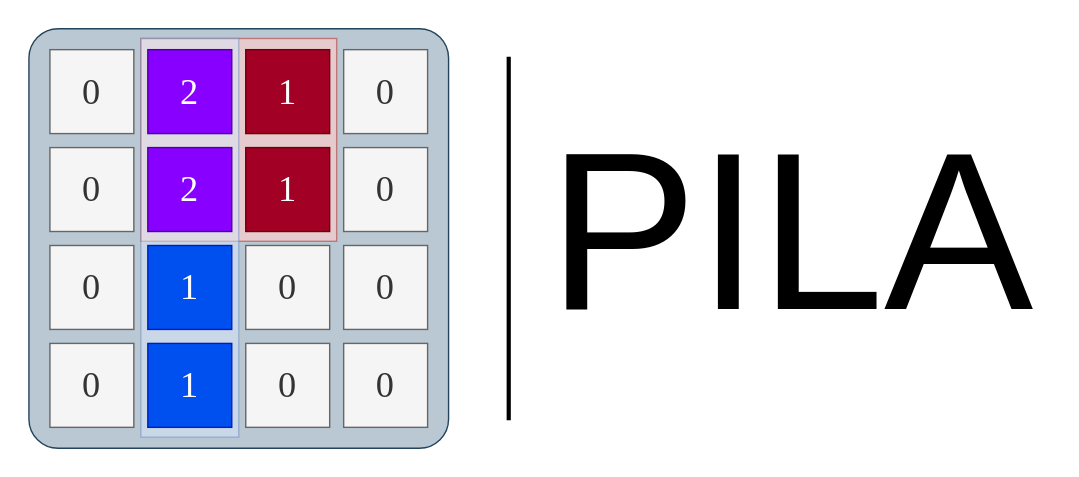
Above: .drawio/app-icon.svg in FOehlschlaeger/pila (draw.io), before the change. Source tidied: cells renumbered, new cells last; positions are measured from the earlier drawing's top-left corner, leaving out a move shared by most shapes. The source it was exported from:
```xml
<mxGraphModel>
  <root>
    <mxCell id="0" />
    <mxCell id="1" parent="0" />
    <mxCell id="2" style="rounded=0;whiteSpace=wrap;html=1;fontSize=60;strokeColor=none;" parent="1" vertex="1">
      <mxGeometry width="770" height="340" as="geometry" />
    </mxCell>
    <mxCell id="3" style="rounded=1;whiteSpace=wrap;html=1;arcSize=7;fillColor=#bac8d3;strokeColor=#23445d;" parent="1" vertex="1">
      <mxGeometry x="20" y="20" width="300" height="300" as="geometry" />
    </mxCell>
    <mxCell id="4" style="rounded=0;whiteSpace=wrap;html=1;strokeColor=#b85450;fontFamily=Verdana;fontSize=26;fillColor=#f8cecc;opacity=70;" parent="1" vertex="1">
      <mxGeometry x="100" y="27" width="140" height="145" as="geometry" />
    </mxCell>
    <mxCell id="5" style="rounded=0;whiteSpace=wrap;html=1;strokeColor=#6c8ebf;fontFamily=Verdana;fontSize=26;fillColor=#dae8fc;opacity=50;" parent="1" vertex="1">
      <mxGeometry x="100" y="27" width="70" height="285" as="geometry" />
    </mxCell>
    <mxCell id="6" value="Fields" parent="0" />
    <mxCell id="7" value="&lt;font face=&quot;Verdana&quot; style=&quot;font-size: 26px;&quot;&gt;0&lt;/font&gt;" style="whiteSpace=wrap;html=1;fillColor=#f5f5f5;strokeColor=#666666;fontColor=#333333;" parent="6" vertex="1">
      <mxGeometry x="35" y="35" width="60" height="60" as="geometry" />
    </mxCell>
    <mxCell id="8" value="&lt;font face=&quot;Verdana&quot; style=&quot;font-size: 26px;&quot;&gt;0&lt;/font&gt;" style="whiteSpace=wrap;html=1;fillColor=#f5f5f5;strokeColor=#666666;fontColor=#333333;" parent="6" vertex="1">
      <mxGeometry x="35" y="105" width="60" height="60" as="geometry" />
    </mxCell>
    <mxCell id="9" value="&lt;font style=&quot;font-size: 26px;&quot; face=&quot;Verdana&quot;&gt;0&lt;/font&gt;" style="whiteSpace=wrap;html=1;fillColor=#f5f5f5;strokeColor=#666666;fontColor=#333333;" parent="6" vertex="1">
      <mxGeometry x="35" y="175" width="60" height="60" as="geometry" />
    </mxCell>
    <mxCell id="10" value="&lt;font style=&quot;font-size: 26px;&quot; face=&quot;Verdana&quot;&gt;0&lt;/font&gt;" style="whiteSpace=wrap;html=1;fillColor=#f5f5f5;strokeColor=#666666;fontColor=#333333;" parent="6" vertex="1">
      <mxGeometry x="35" y="245" width="60" height="60" as="geometry" />
    </mxCell>
    <mxCell id="11" value="&lt;font face=&quot;Verdana&quot; style=&quot;font-size: 26px;&quot;&gt;1&lt;/font&gt;" style="whiteSpace=wrap;html=1;fillColor=#0050ef;strokeColor=#001DBC;fontColor=#ffffff;" parent="6" vertex="1">
      <mxGeometry x="105" y="245" width="60" height="60" as="geometry" />
    </mxCell>
    <mxCell id="12" value="&lt;font face=&quot;Verdana&quot; style=&quot;font-size: 26px;&quot;&gt;1&lt;/font&gt;" style="whiteSpace=wrap;html=1;fillColor=#0050ef;strokeColor=#001DBC;fontColor=#ffffff;" parent="6" vertex="1">
      <mxGeometry x="105" y="175" width="60" height="60" as="geometry" />
    </mxCell>
    <mxCell id="13" value="&lt;font face=&quot;Verdana&quot; color=&quot;#ffffff&quot; style=&quot;font-size: 26px;&quot;&gt;2&lt;/font&gt;" style="whiteSpace=wrap;html=1;fillColor=#8800FF;strokeColor=#4C0099;" parent="6" vertex="1">
      <mxGeometry x="105" y="105" width="60" height="60" as="geometry" />
    </mxCell>
    <mxCell id="14" value="&lt;font face=&quot;Verdana&quot; color=&quot;#ffffff&quot; style=&quot;font-size: 26px;&quot;&gt;2&lt;/font&gt;" style="whiteSpace=wrap;html=1;fillColor=#8800FF;strokeColor=#4C0099;" parent="6" vertex="1">
      <mxGeometry x="105" y="35" width="60" height="60" as="geometry" />
    </mxCell>
    <mxCell id="15" value="&lt;font face=&quot;Verdana&quot; style=&quot;font-size: 26px;&quot;&gt;1&lt;/font&gt;" style="whiteSpace=wrap;html=1;fillColor=#a20025;strokeColor=#6F0000;fontColor=#ffffff;" parent="6" vertex="1">
      <mxGeometry x="175" y="35" width="60" height="60" as="geometry" />
    </mxCell>
    <mxCell id="16" value="&lt;font face=&quot;Verdana&quot; style=&quot;font-size: 26px;&quot;&gt;1&lt;/font&gt;" style="whiteSpace=wrap;html=1;fillColor=#a20025;strokeColor=#6F0000;fontColor=#ffffff;" parent="6" vertex="1">
      <mxGeometry x="175" y="105" width="60" height="60" as="geometry" />
    </mxCell>
    <mxCell id="17" value="&lt;font face=&quot;Verdana&quot; style=&quot;font-size: 26px;&quot;&gt;0&lt;/font&gt;" style="whiteSpace=wrap;html=1;fillColor=#f5f5f5;strokeColor=#666666;fontColor=#333333;" parent="6" vertex="1">
      <mxGeometry x="175" y="175" width="60" height="60" as="geometry" />
    </mxCell>
    <mxCell id="18" value="&lt;font style=&quot;font-size: 26px;&quot; face=&quot;Verdana&quot;&gt;0&lt;/font&gt;" style="whiteSpace=wrap;html=1;fillColor=#f5f5f5;strokeColor=#666666;fontColor=#333333;" parent="6" vertex="1">
      <mxGeometry x="175" y="245" width="60" height="60" as="geometry" />
    </mxCell>
    <mxCell id="19" value="&lt;font style=&quot;font-size: 26px;&quot; face=&quot;Verdana&quot;&gt;0&lt;/font&gt;" style="whiteSpace=wrap;html=1;fillColor=#f5f5f5;strokeColor=#666666;fontColor=#333333;" parent="6" vertex="1">
      <mxGeometry x="245" y="245" width="60" height="60" as="geometry" />
    </mxCell>
    <mxCell id="20" value="&lt;font style=&quot;font-size: 26px;&quot; face=&quot;Verdana&quot;&gt;0&lt;/font&gt;" style="whiteSpace=wrap;html=1;fillColor=#f5f5f5;strokeColor=#666666;fontColor=#333333;" parent="6" vertex="1">
      <mxGeometry x="245" y="175" width="60" height="60" as="geometry" />
    </mxCell>
    <mxCell id="21" value="&lt;font face=&quot;Verdana&quot; style=&quot;font-size: 26px;&quot;&gt;0&lt;/font&gt;" style="whiteSpace=wrap;html=1;fillColor=#f5f5f5;strokeColor=#666666;fontColor=#333333;" parent="6" vertex="1">
      <mxGeometry x="245" y="105" width="60" height="60" as="geometry" />
    </mxCell>
    <mxCell id="22" value="&lt;font style=&quot;font-size: 26px;&quot; face=&quot;Verdana&quot;&gt;0&lt;/font&gt;" style="whiteSpace=wrap;html=1;fillColor=#f5f5f5;strokeColor=#666666;fontColor=#333333;" parent="6" vertex="1">
      <mxGeometry x="245" y="35" width="60" height="60" as="geometry" />
    </mxCell>
    <mxCell id="23" value="&lt;font style=&quot;font-size: 160px;&quot;&gt;PILA&lt;/font&gt;" style="text;html=1;strokeColor=none;fillColor=none;align=center;verticalAlign=middle;whiteSpace=wrap;rounded=0;" parent="6" vertex="1">
      <mxGeometry x="380" y="90" width="370" height="150" as="geometry" />
    </mxCell>
    <mxCell id="24" value="Text" parent="0" />
    <mxCell id="25" style="endArrow=none;html=1;fontSize=100;strokeWidth=3;" parent="24" edge="1">
      <mxGeometry relative="1" as="geometry">
        <mxPoint x="363" y="300" as="sourcePoint" />
        <mxPoint x="363" y="40" as="targetPoint" />
      </mxGeometry>
    </mxCell>
  </root>
</mxGraphModel>
```
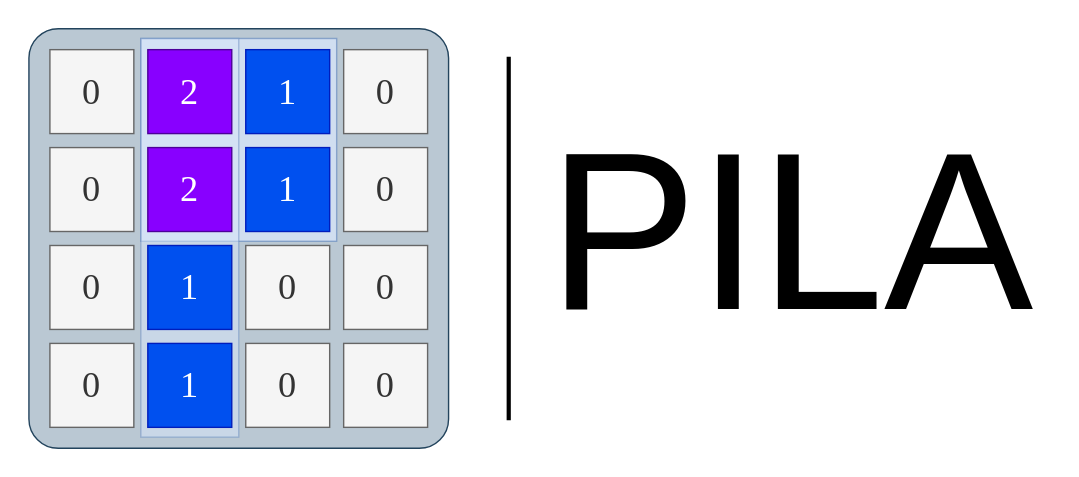
The same diagram one commit later.

The edit, as a diff of the source:
```diff
@@ -8,7 +8,7 @@
     <mxCell id="3" style="rounded=1;whiteSpace=wrap;html=1;arcSize=7;fillColor=#bac8d3;strokeColor=#23445d;" parent="1" vertex="1">
       <mxGeometry x="20" y="20" width="300" height="300" as="geometry" />
     </mxCell>
-    <mxCell id="4" style="rounded=0;whiteSpace=wrap;html=1;strokeColor=#b85450;fontFamily=Verdana;fontSize=26;fillColor=#f8cecc;opacity=70;" parent="1" vertex="1">
+    <mxCell id="4" style="rounded=0;whiteSpace=wrap;html=1;strokeColor=#6c8ebf;fontFamily=Verdana;fontSize=26;fillColor=#dae8fc;opacity=70;" parent="1" vertex="1">
       <mxGeometry x="100" y="27" width="140" height="145" as="geometry" />
     </mxCell>
     <mxCell id="5" style="rounded=0;whiteSpace=wrap;html=1;strokeColor=#6c8ebf;fontFamily=Verdana;fontSize=26;fillColor=#dae8fc;opacity=50;" parent="1" vertex="1">
@@ -39,10 +39,10 @@
     <mxCell id="14" value="&lt;font face=&quot;Verdana&quot; color=&quot;#ffffff&quot; style=&quot;font-size: 26px;&quot;&gt;2&lt;/font&gt;" style="whiteSpace=wrap;html=1;fillColor=#8800FF;strokeColor=#4C0099;" parent="6" vertex="1">
       <mxGeometry x="105" y="35" width="60" height="60" as="geometry" />
     </mxCell>
-    <mxCell id="15" value="&lt;font face=&quot;Verdana&quot; style=&quot;font-size: 26px;&quot;&gt;1&lt;/font&gt;" style="whiteSpace=wrap;html=1;fillColor=#a20025;strokeColor=#6F0000;fontColor=#ffffff;" parent="6" vertex="1">
+    <mxCell id="15" value="&lt;font face=&quot;Verdana&quot; style=&quot;font-size: 26px;&quot;&gt;1&lt;/font&gt;" style="whiteSpace=wrap;html=1;fillColor=#0050ef;strokeColor=#001DBC;fontColor=#ffffff;" parent="6" vertex="1">
       <mxGeometry x="175" y="35" width="60" height="60" as="geometry" />
     </mxCell>
-    <mxCell id="16" value="&lt;font face=&quot;Verdana&quot; style=&quot;font-size: 26px;&quot;&gt;1&lt;/font&gt;" style="whiteSpace=wrap;html=1;fillColor=#a20025;strokeColor=#6F0000;fontColor=#ffffff;" parent="6" vertex="1">
+    <mxCell id="16" value="&lt;font face=&quot;Verdana&quot; style=&quot;font-size: 26px;&quot;&gt;1&lt;/font&gt;" style="whiteSpace=wrap;html=1;fillColor=#0050ef;strokeColor=#001DBC;fontColor=#ffffff;" parent="6" vertex="1">
       <mxGeometry x="175" y="105" width="60" height="60" as="geometry" />
     </mxCell>
     <mxCell id="17" value="&lt;font face=&quot;Verdana&quot; style=&quot;font-size: 26px;&quot;&gt;0&lt;/font&gt;" style="whiteSpace=wrap;html=1;fillColor=#f5f5f5;strokeColor=#666666;fontColor=#333333;" parent="6" vertex="1">
```
